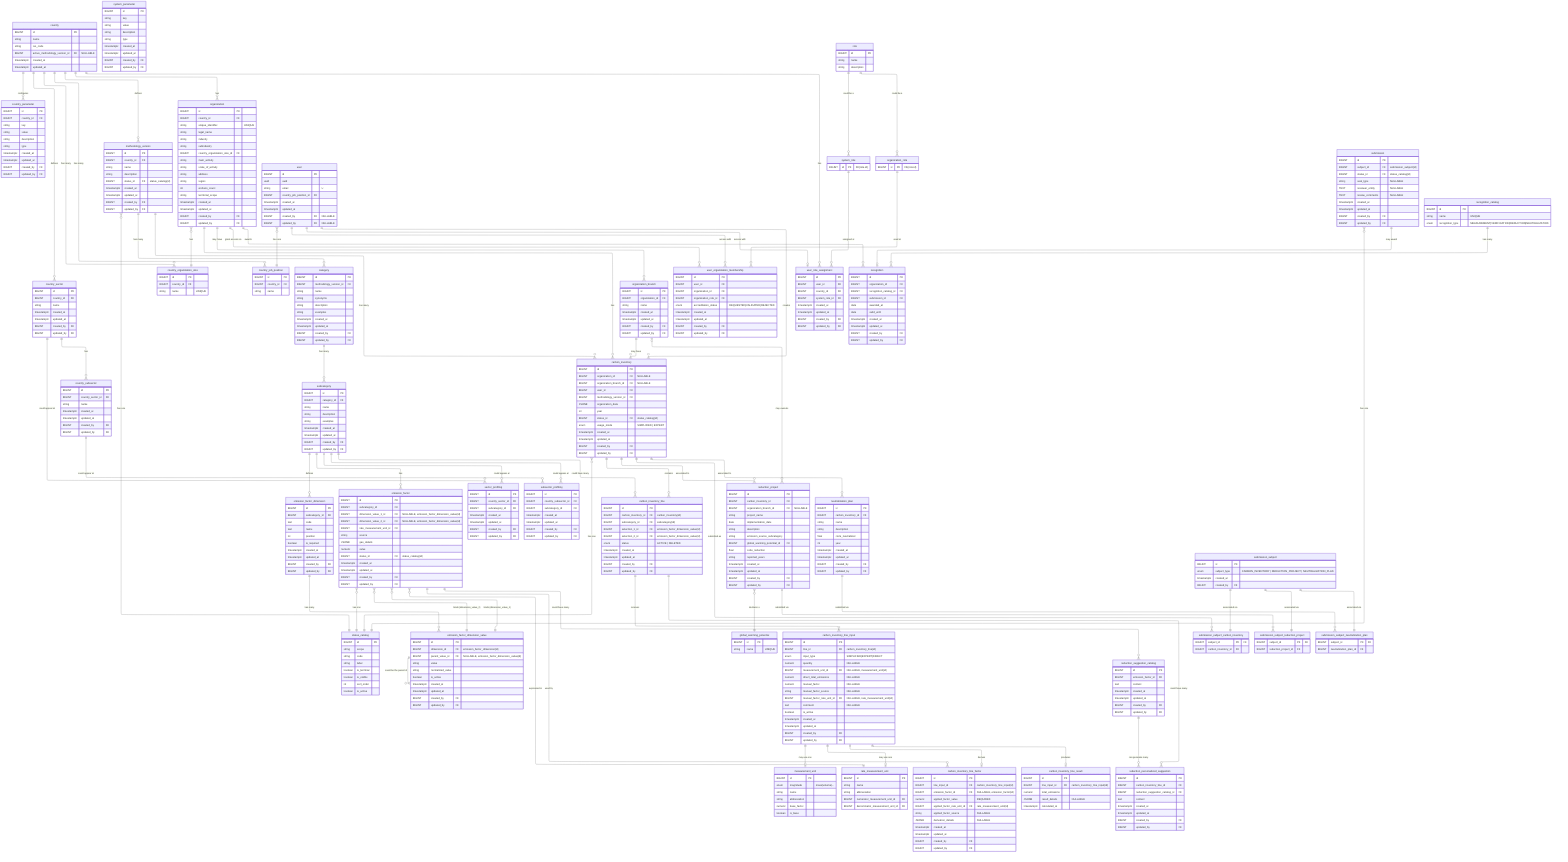
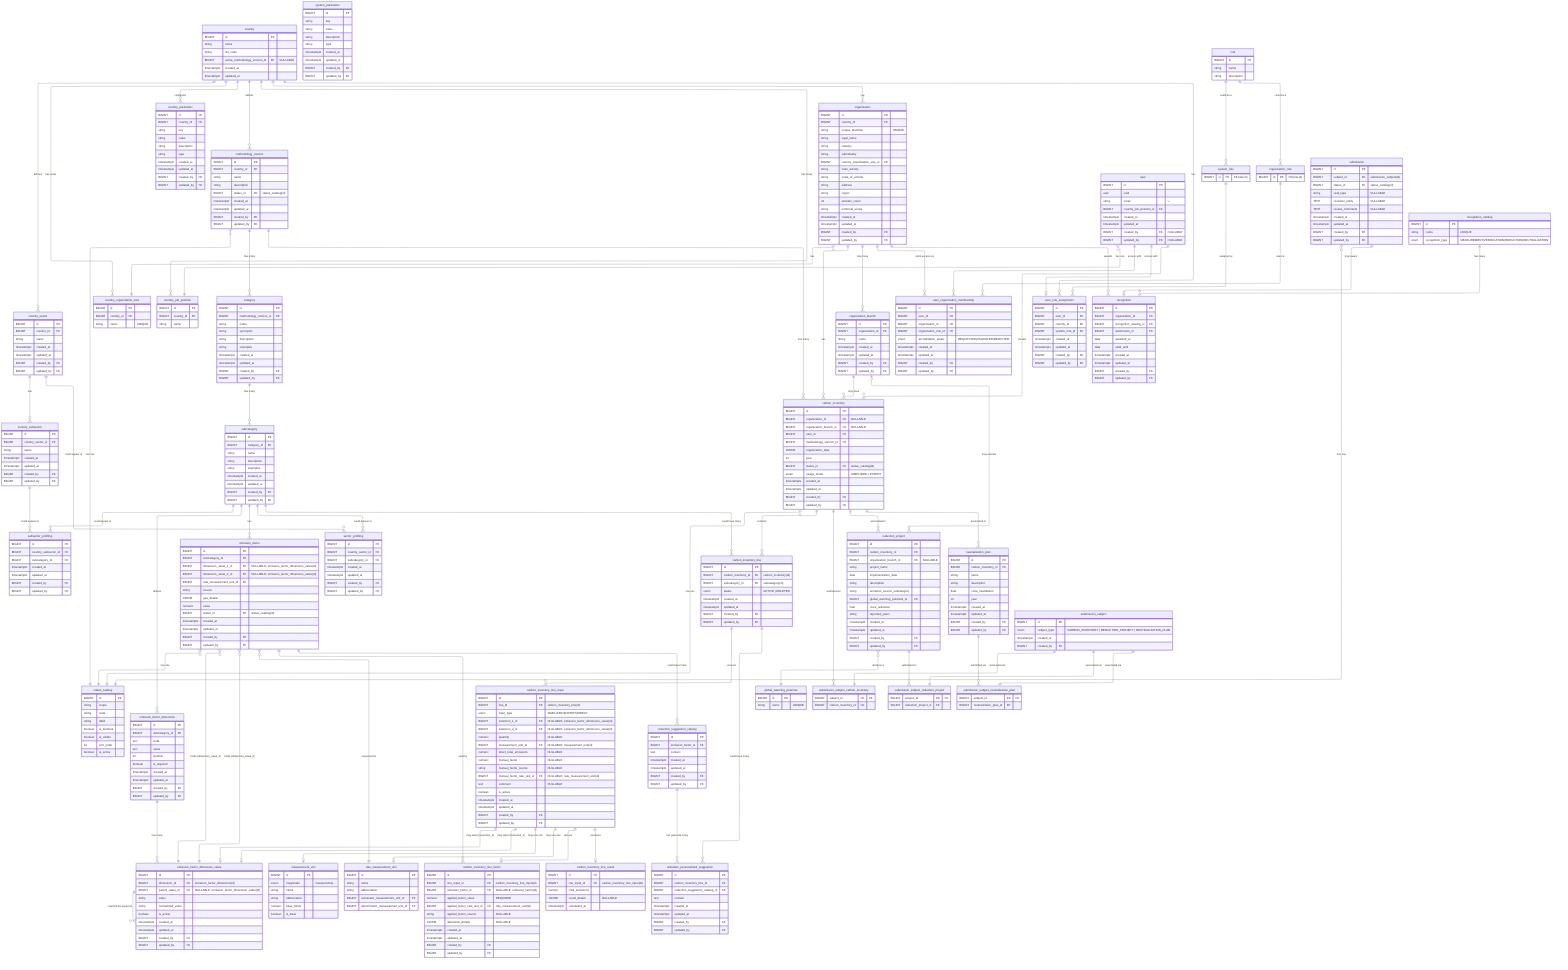
---
config:
  layout: elk
---
erDiagram
	direction TB

	%% ============================================================
	%% DEPRECATED TABLES
	%% ------------------------------------------------------------
	%% The following tables are kept for historical reference only:
	%% - carbon_inventory_detail
	%% They MUST NOT be used for new features.
	%% ============================================================
	%% carbon_inventory_detail {
	%% 	  BIGINT id PK ""
	%% 	  BIGINT carbon_inventory_id FK ""
	%% 	  BIGINT subcategory_id FK ""
	%% 	  enum type "DETAILED | TOTAL"
	%% 	  string first_selection "NULLABLE"
	%% 	  string second_selection "NULLABLE"
	%% 	  float quantity  "NULLABLE"
	%% 	  BIGINT measurement_unit_id FK "NULLABLE"
	%% 	  float factor "NULLABLE"
	%% 	  BIGINT factor_rate_measurement_unit_id FK "NULLABLE"
	%% 	  string factor_source "NULLABLE"
	%% 	  BIGINT emission_factor_id FK "NULLABLE"
	%% 	  float total_emissions "NULLABLE"
	%% 	  text comment  "NULLABLE"
	%% 	  BIGINT status_id FK "status_catalog(id)"
	%% 	  %% Restricciones:
	%% 	  %% Si type==SIMPLIFIED, el usuario llenará first_selection, second_selection, quantity, measurement_unit_id y la plataforma automáticamente escogerá un emission_factor_id y copiará el valor del factor, lo transformará a la misma unidad de medida del usuario y llenará factor y factor_rate_measurement_unit_id. Finalmente hará el P*Q y llenará total_emissions
	%% 	  %% Si type==EXPERT, el usuario llenará first_selection, second_selection, quantity, measurement_unit_id, factor y el factor_source. El factor_rate_measurement_unit_id se escogerá automáticamente según el measurement_unit_id. emission_factor_id será NULL. Finalmente la plataforma hará el P*Q y llenará total_emissions
	%% 	  %% Si type==DIRECT, todas las columnas serán NULL y el usuario ingresará el valor directo a total_emissions.
	%% 	  %% Alternar el type no modificará las filas, sino que marcará las actuales como status=OUTDATED y creará nuevas filas con el type adecuado (si no existen aún). Si ya existían, las recuperará a ACTIVE.
	%% 	  %% Todas las filas con status ACTIVE deben ser del mismo type.
	%% 	  %% Las filas DELETED nunca se recuperan, quedan para trazabilidad.
	%% }

	%% ============================================================
	%% Design Principles
	%% ============================================================

	%% 🔷 Core Modeling Principles
	%% 	1.	Each table has a single, well-defined responsibility
	%% Tables are designed to represent one concept only (e.g. configuration, input, result, workflow), avoiding mixed concerns.

	%% 	2.	Relationships reflect real business rules, not just foreign keys
	%% Cardinalities and optionality are chosen to express domain constraints, not merely technical implementation details.

	%% 	3.	Nullability is intentional and meaningful
	%% Nullable fields indicate valid domain states (e.g. optional associations, draft data), not incomplete design.

	%% ⸻

	%% 🔷 Configuration & Reference Data
	%% 	4.	Reference data is normalized and centralized
	%% Shared concepts (statuses, units, potentials) are defined once and reused across the system.

	%% 	5.	Volatile enums are modeled as tables, not database ENUMs
	%% Any value expected to evolve (statuses, workflows) is stored in catalog tables to avoid schema migrations.

	%% 	6.	Stable physical concepts may use ENUMs
	%% Concepts that are scientifically stable (e.g. unit magnitude, usage mode) may use database ENUMs for safety and clarity.

	%% ⸻

	%% 🔷 Methodology & Emission Factors

	%% 	7.	Methodology is versioned and country-scoped
	%% All categories, subcategories, and factors belong to a specific methodology version tied to a country.

	%% 	8.	Emission factors are defined by standardized dimensions, not free text
	%% User selections and factor matching are driven by normalized dimension values to ensure consistency and correctness.

	%% 	9.	Dimension cardinality reflects domain reality, not generic flexibility
	%% Emission factors support up to two dimensions by design, matching current methodology requirements and admin workflows.

	%% 	10.	Administrative workflows are hierarchical and sequential
	%% New entities are created top-down (category → subcategory → dimension → value → factor), enforcing consistency at each level.

	%% ⸻

	%% 🔷 Inventory & Calculation

	%% 	11.	Input, factor selection, and results are modeled as separate concerns
	%% User input, factor derivation, and calculated results are stored in distinct tables for clarity and auditability.

	%% 	12.	Results are always derived from immutable input snapshots
	%% Calculated emissions reference the exact input used, ensuring reproducibility even if inputs change later.

	%% 	13.	Historical data is preserved; updates create new versions
	%% Changes do not overwrite previous data but create new records, maintaining a complete audit trail.

	%% ⸻

	%% 🔷 Workflow & Submissions

	%% 	14.	Workflows are modeled as data, not booleans
	%% Submissions, approvals, and recognitions are represented explicitly rather than inferred from flags.

	%% 	15.	Polymorphism is handled via explicit subject tables
	%% Submissions reference a generic subject entity with concrete subtype tables, avoiding nullable polymorphic foreign keys.

	%% 	16.	Recognitions are awarded based on submissions, not raw entities
	%% This ensures all awards are traceable to a validated review process.

	%% ⸻

	%% 🔷 Audit & Governance

	%% 	17.	Audit fields are applied based on responsibility and mutability
	%% Operational tables are auditable; reference and system-owned tables may omit audit fields by design.

	%% 	18.	System-generated data does not pretend to have an author
	%% Automatically calculated results record timestamps but not created_by or updated_by.

	%% 	19.	Database constraints enforce correctness wherever possible
	%% Uniqueness, consistency, and invariants are enforced at the database level rather than relying solely on application logic.


	%% ⸻

	%% 🔷 Evolution & Maintainability

	%% 	20.	Design favors clarity and correctness over premature generalization
	%% Flexibility is introduced only when driven by real domain requirements, not hypothetical future use cases.

	%% 	21.	Future extensions are possible without breaking existing data
	%% The model anticipates evolution (e.g. new methodologies, new workflows) while keeping current usage simple and explicit.

	%% ⸻

	%% These principles are intentional.
	%% Changes to the model should preserve these invariants unless there is a clear domain-driven reason to evolve them.

	%% ============================================================
	%% 🟦 Country & configuration (7)
	%% ============================================================

	country {
		BIGINT id PK ""
		string name  ""
		string iso_code  ""
		BIGINT active_methodology_version_id FK "NULLABLE"
		timestamptz created_at  ""
		timestamptz updated_at  ""
	}

	country_parameter {
		BIGINT id PK ""
		BIGINT country_id FK ""
		string key  ""
		string value  ""
		string description  ""
		string type  ""
		timestamptz created_at  ""
		timestamptz updated_at  ""
		BIGINT created_by FK ""
		BIGINT updated_by FK ""
	}

	system_parameter {
		BIGINT id PK ""
		string key  ""
		string value  ""
		string description  ""
		string type  ""
		timestamptz created_at  ""
		timestamptz updated_at  ""
		BIGINT created_by FK ""
		BIGINT updated_by FK ""
	}

	country_sector {
		BIGINT id PK ""
		BIGINT country_id FK ""
		string name  ""
		timestamptz created_at  ""
		timestamptz updated_at  ""
		BIGINT created_by FK ""
		BIGINT updated_by FK ""
	}

	country_subsector {
		BIGINT id PK ""
		BIGINT country_sector_id FK ""
		string name  ""
		timestamptz created_at  ""
		timestamptz updated_at  ""
		BIGINT created_by FK ""
		BIGINT updated_by FK ""
	}

	country_organization_size {
		BIGINT id PK ""
		BIGINT country_id FK ""
		string name  "UNIQUE"
	}

	country_job_position {
		BIGINT id PK ""
		BIGINT country_id FK ""
		string name  ""
	}

	%% Postgres ENUM is great when values are stable forever (e.g., magnitude = mass|volume|energy). It becomes painful when values are product-managed and will evolve (status workflows, modes, etc.).
	status_catalog {
		BIGINT id PK ""
		%% Like: SUBMISSION | CARBON_INVENTORY | ENTITY
		string scope
		%% Like: DRAFT, ACTIVE, DELETED, OUTDATED, SUBMITTED, APPROVED, REJECTED, ...
		string code
		string label
		boolean is_terminal ""
		boolean is_visible ""
		int sort_order ""
		boolean is_active ""
		%% UNIQUE(scope, code)
		%% To prevent misuse we will use convention & tests
		%% To avoid misuse we will implement DB trigger to validate status.scope against the referencing table
	}

	%% ============================================================
	%% 🟩 Methodology & factors (9)
	%% ============================================================

	methodology_version {
		BIGINT id PK ""
		BIGINT country_id FK ""
		string name  ""
		string description  ""
		%% Uses all status values
		BIGINT status_id FK "status_catalog(id)"
		timestamptz created_at  ""
		timestamptz updated_at  ""
		BIGINT created_by FK ""
		BIGINT updated_by FK ""
		%% Enforce via trigger at most 1 active per country
		%% Enforce via DB trigger on country table: validates country.active_methodology_version_id (when NOT NULL) references a methodology_version row where status_id points to status_catalog with code='ACTIVE'. Trigger runs BEFORE INSERT/UPDATE on country, raises error if validation fails. Implementation: CREATE TRIGGER validate_country_active_methodology_version BEFORE INSERT OR UPDATE ON country FOR EACH ROW EXECUTE FUNCTION check_active_methodology_version_status()
	}

	category {
		BIGINT id PK ""
		BIGINT methodology_version_id FK ""
		string name  ""
		%% just for displaying
		string synonyms ""
		%% just for displaying
		string description  ""
		%% just for displaying
		string examples ""
		timestamptz created_at  ""
		timestamptz updated_at  ""
		BIGINT created_by FK ""
		BIGINT updated_by FK ""
	}

	subcategory {
		BIGINT id PK ""
		BIGINT category_id FK ""
		string name  ""
		%% just for displaying
		string description  ""
		%% just for displaying
		string examples ""
		timestamptz created_at  ""
		timestamptz updated_at  ""
		BIGINT created_by FK ""
		BIGINT updated_by FK ""
	}

	emission_factor_dimension {
		BIGINT id PK ""
		BIGINT subcategory_id FK ""
		%% Like: FUEL_GROUP, FUEL_TYPE, GAS_TYPE
		text code ""
		%% Like: Tipo de combustible, Tipo de gas
		text name ""
		%% Like: 1, 2, 3 (order in UI & logic)
		int position ""
		boolean is_required ""
		timestamptz created_at  ""
		timestamptz updated_at  ""
		BIGINT created_by FK ""
		BIGINT updated_by FK ""
		%% UNIQUE(subcategory_id, position),
		%% UNIQUE(subcategory_id, code)
	}

	emission_factor_dimension_value {
		BIGINT id PK ""
		BIGINT dimension_id FK "emission_factor_dimension(id)"
		BIGINT parent_value_id FK "NULLABLE, emission_factor_dimension_value(id)"
		%% Like: Natural gas, Diesel, Kerosene, etc
		string value ""
		string normalized_value ""
		boolean is_active ""
		timestamptz created_at  ""
		timestamptz updated_at  ""
		BIGINT created_by FK ""
		BIGINT updated_by FK ""
		%% UNIQUE(dimension_id, normalized_value)
	}

	emission_factor {
		BIGINT id PK ""
		BIGINT subcategory_id FK ""
		%% Emission factors currently support up to two dimensions via fixed columns.
		%% A binding table was considered for unbounded dimensions but intentionally not used to keep queries and constraints simple.
		BIGINT dimension_value_1_id FK "NULLABLE, emission_factor_dimension_value(id)"
		BIGINT dimension_value_2_id FK "NULLABLE, emission_factor_dimension_value(id)"
		BIGINT rate_measurement_unit_id FK ""
		string source  ""
		JSONB gas_details ""
		numeric value  ""
		%% Uses all status values
		BIGINT status_id FK "status_catalog(id)"
		timestamptz created_at  ""
		timestamptz updated_at  ""
		BIGINT created_by FK ""
		BIGINT updated_by FK ""
		%% Enforce UNIQUE (subcategory_id, dimension_value_1_id, dimension_value_2_id) WHERE status = 'ACTIVE'
	}

	sector_profiling {
		BIGINT id PK ""
		BIGINT country_sector_id FK ""
		BIGINT subcategory_id FK ""
		timestamptz created_at  ""
		timestamptz updated_at  ""
		BIGINT created_by FK ""
		BIGINT updated_by FK ""
		%% UNIQUE(country_sector_id, subcategory_id)
	}

	subsector_profiling {
		BIGINT id PK ""
		BIGINT country_subsector_id FK ""
		BIGINT subcategory_id FK ""
		timestamptz created_at  ""
		timestamptz updated_at  ""
		BIGINT created_by FK ""
		BIGINT updated_by FK ""
		%% UNIQUE(country_subsector_id, subcategory_id)
	}

	measurement_unit {
		BIGINT id PK ""
		enum magnitude  "mass|volume|..."
		string name  ""
		string abbreviation  ""
		numeric base_factor  ""
		boolean is_base  ""
		%% Enforce UNIQUE (magnitude) WHERE is_base = true
	}

	rate_measurement_unit {
		BIGINT id PK ""
		string name  ""
		string abbreviation  ""
		BIGINT numerator_measurement_unit_id FK ""
		BIGINT denominator_measurement_unit_id FK ""
	}

	global_warming_potential {
		BIGINT id PK ""
		string name "UNIQUE"
		%% AR4, AR5, etc...
	}

	%% ============================================================
	%% 🟨 Organizations & users (8)
	%% ============================================================

	organization {
		BIGINT id PK ""
		BIGINT country_id FK ""
		string unique_identifier  "UNIQUE"
		string legal_name  ""
		string industry  ""
		string subindustry  ""
		BIGINT country_organization_size_id FK ""
		string main_activity  ""
		string scale_of_activity  ""
		string address  ""
		string region  ""
		int workers_count  ""
		string territorial_scope  ""
		timestamptz created_at  ""
		timestamptz updated_at  ""
		BIGINT created_by FK ""
		BIGINT updated_by FK ""
	}

	organization_branch {
		BIGINT id PK ""
		BIGINT organization_id FK ""
		string name  ""
		timestamptz created_at  ""
		timestamptz updated_at  ""
		BIGINT created_by FK ""
		BIGINT updated_by FK ""
	}

	user {
		BIGINT id PK ""
		uuid uuid  ""
		string email  "U"
		BIGINT country_job_position_id FK ""
		timestamptz created_at  ""
		timestamptz updated_at  ""
		BIGINT created_by FK "NULLABLE"
		BIGINT updated_by FK "NULLABLE"
	}

	%% abstract parent table
	role {
		BIGINT id PK ""
		string name ""
		string description ""
	}

	system_role {
		BIGINT id PK "FK(role.id)"
	}

	organization_role {
		BIGINT id PK "FK(role.id)"
	}

	user_organization_membership {
		BIGINT id PK ""
		BIGINT user_id FK ""
		BIGINT organization_id FK ""
		BIGINT organization_role_id FK ""
		enum accreditation_status  "REQUESTED|VALIDATED|REJECTED"
		timestamptz created_at  ""
		timestamptz updated_at  ""
		BIGINT created_by FK ""
		BIGINT updated_by FK ""
		%% UNIQUE(user_id, organization_id, organization_role_id)
	}

	user_role_assignment {
		BIGINT id PK ""
		BIGINT user_id FK ""
		BIGINT country_id FK ""
		BIGINT system_role_id FK ""
		timestamptz created_at  ""
		timestamptz updated_at  ""
		BIGINT created_by FK ""
		BIGINT updated_by FK ""
		%% UNIQUE(user_id, country_id, system_role_id)
	}

	%% ============================================================
	%% 🟧 Inventory & calculation (9)
	%% ============================================================

	%% organization & organization_branch will be NULL when user does not belongs to any org.
	carbon_inventory {
		BIGINT id PK ""
		BIGINT organization_id FK "NULLABLE"
		BIGINT organization_branch_id FK "NULLABLE"
		BIGINT user_id FK ""
		BIGINT methodology_version_id FK ""
		JSONB organization_data  ""
		int year  ""
		BIGINT status_id FK "status_catalog(id)"
		%% Using an enum because we are 100% sure it will never change
		enum usage_mode  "SIMPLIFIED | EXPERT"
		timestamptz created_at  ""
		timestamptz updated_at  ""
		BIGINT created_by FK ""
		BIGINT updated_by FK ""
		%% CHECK ((organization_id IS NOT NULL AND organization_branch_id IS NULL) OR (organization_branch_id IS NOT NULL))
	}

- 	%% A “line” represents what is being measured (subcategory + optional selections) for a given inventory.
- 	%% We do not store quantities/factors here. It’s the anchor.
+ 	%% A "line" represents what is being measured (subcategory) for a given inventory.
+ 	%% We do not store quantities/factors/selections here. It's the anchor.
	carbon_inventory_line {
		BIGINT id PK ""
		BIGINT carbon_inventory_id FK "carbon_inventory(id)"
		BIGINT subcategory_id FK "subcategory(id)"

- 		%% the "dimension selections" (more on dimension standardization in section 4)
- 		BIGINT selection_1_id FK "emission_factor_dimension_value(id)"
- 		BIGINT selection_2_id FK "emission_factor_dimension_value(id)"
- 
		enum status "ACTIVE | DELETED"
		timestamptz created_at  ""
		timestamptz updated_at  ""
		BIGINT created_by FK ""
		BIGINT updated_by FK ""
- 		%% Avoid duplicate active lines for same inventory+subcategory+selections
- 		%% UNIQUE(carbon_inventory_id, subcategory_id, selection_1_id, selection_2_id) WHERE status='ACTIVE'
	}

	carbon_inventory_line_input {
		BIGINT id PK ""
		BIGINT line_id FK "carbon_inventory_line(id)"
		enum input_type "SIMPLIFIED|EXPERT|DIRECT"
+ 
+ 		%% the "dimension selections" (more on dimension standardization in section 4)
+ 		BIGINT selection_1_id FK "NULLABLE, emission_factor_dimension_value(id)"
+ 		BIGINT selection_2_id FK "NULLABLE, emission_factor_dimension_value(id)"
+ 
		numeric quantity "NULLABLE"
		BIGINT measurement_unit_id FK "NULLABLE, measurement_unit(id)"

		%% For DIRECT mode:
		numeric direct_total_emissions "NULLABLE"

		%% For EXPERT mode:
		numeric manual_factor "NULLABLE"
		string manual_factor_source "NULLABLE"
		BIGINT manual_factor_rate_unit_id FK "NULLABLE, rate_measurement_unit(id)"

		text comment "NULLABLE"
		boolean is_active ""
		timestamptz created_at  ""
		timestamptz updated_at  ""
		BIGINT created_by FK ""
		BIGINT updated_by FK ""
		%% Enforce only one active input per line: UNIQUE(line_id) WHERE is_active = true
	}

	%% This stores "what factor did we use, after conversions, and why" so results are reproducible.
	carbon_inventory_line_factor {
		BIGINT id PK ""
		BIGINT line_input_id FK "carbon_inventory_line_input(id)"

		%% chosen factor: either from catalog (simplified) or null for expert/direct
		BIGINT emission_factor_id FK "NULLABLE, emission_factor(id)"

		%% normalized factor actually used in the computation (post-conversion)
		%% REQUIRED: Must always be present for result reproducibility
		numeric applied_factor_value "REQUIRED"
		BIGINT applied_factor_rate_unit_id FK "rate_measurement_unit(id)"
		string applied_factor_source "NULLABLE"

		%% optionally store a JSON blob explaining conversion steps for auditability
		JSONB derivation_details "NULLABLE"

		timestamptz created_at  ""
		timestamptz updated_at  ""
		BIGINT created_by FK ""
		BIGINT updated_by FK ""
		%% Enforce 1 factor row per input: UNIQUE(line_input_id)
	}

	carbon_inventory_line_result {
		BIGINT id PK ""
		BIGINT line_input_id FK "carbon_inventory_line_input(id)"
		numeric total_emissions ""
		%% optionally store breakdown: per-gas, CO2e, etc.
		JSONB result_details "NULLABLE"
		timestamptz calculated_at ""
		%% Ensure 1 result per input: UNIQUE(line_input_id)
	}

	reduction_suggestion_catalog {
		BIGINT id PK ""
		BIGINT emission_factor_id FK ""
		text content  ""
		timestamptz created_at  ""
		timestamptz updated_at  ""
		BIGINT created_by FK ""
		BIGINT updated_by FK ""
	}

	%% We plan to create these suggestion with AI
	reduction_personalized_suggestion {
		BIGINT id PK ""
		BIGINT carbon_inventory_line_id FK ""
		BIGINT reduction_suggestion_catalog_id FK ""
		text content  ""
		timestamptz created_at  ""
		timestamptz updated_at  ""
		BIGINT created_by FK ""
		BIGINT updated_by FK ""
	}

	reduction_project {
		BIGINT id PK ""
		BIGINT carbon_inventory_id FK ""
		BIGINT organization_branch_id FK "NULLABLE"
		string project_name  ""
		date implementation_date  ""
		string description  ""
		string emission_source_subcategory  ""
		BIGINT global_warming_potential_id FK ""
		float co2e_reduction  ""
		string reported_years  ""
		timestamptz created_at  ""
		timestamptz updated_at  ""
		BIGINT created_by FK ""
		BIGINT updated_by FK ""
	}

	neutralization_plan {
		BIGINT id PK ""
		BIGINT carbon_inventory_id FK ""
		string name  ""
		string description  ""
		float co2e_neutralized  ""
		int year  ""
		timestamptz created_at  ""
		timestamptz updated_at  ""
		BIGINT created_by FK ""
		BIGINT updated_by FK ""
	}

	%% ============================================================
	%% 🟥 Submissions & recognition (7)
	%% ============================================================

	%% Read the docs about the submissions model design here: https://www.notion.so/Modelo-E-R-para-Submissions-2d318d2c8901805ab8f9eed2a9d9d702?source=copy_link
	%% The data within this table is immutable once created
	submission_subject {
		BIGINT id PK ""
		enum subject_type "CARBON_INVENTORY | REDUCTION_PROJECT | NEUTRALIZATION_PLAN"
		timestamptz created_at  ""
		BIGINT created_by FK ""
	}

	%% The data within this table is immutable once created
	submission_subject_carbon_inventory {
		BIGINT subject_id PK "FK"
		BIGINT carbon_inventory_id FK ""
	}

	%% The data within this table is immutable once created
	submission_subject_reduction_project {
		BIGINT subject_id PK "FK"
		BIGINT reduction_project_id FK ""
	}

	%% The data within this table is immutable once created
	submission_subject_neutralization_plan {
		BIGINT subject_id PK "FK"
		BIGINT neutralization_plan_id FK ""
	}

	submission {
		BIGINT id PK ""
		BIGINT subject_id FK "submission_subject(id)"
		BIGINT status_id FK "status_catalog(id)"
		string seal_type  "NULLABLE"
		TEXT reviewer_entity "NULLABLE"
		TEXT review_comments "NULLABLE"
		timestamptz created_at  ""
		timestamptz updated_at  ""
		BIGINT created_by FK ""
		BIGINT updated_by FK ""
	}

	recognition_catalog {
		BIGINT id PK ""
		string name "UNIQUE"
		enum recognition_type  "MEASUREMENT|VERIFICATION|REDUCTION|NEUTRALIZATION"
	}

	recognition {
		BIGINT id PK ""
		BIGINT organization_id FK ""
		BIGINT recognition_catalog_id FK ""
		BIGINT submission_id FK ""
		date awarded_at  ""
		date valid_until  ""
		timestamptz created_at  ""
		timestamptz updated_at  ""
		BIGINT created_by FK ""
		BIGINT updated_by FK ""
	}

	%% ============================================================
	%% Others
	%% ============================================================


%% ============================================================
%% Relationships
%% ============================================================

country
	country ||--o{ country_parameter : "configures"
	country ||--o{ country_sector : "defines"
	country ||--o{ methodology_version : "defines"
	country ||--o{ organization : "has"
	country ||--o{ user_role_assignment : "has"
	country ||--o{ country_organization_size: "has many"
	country ||--o{ country_job_position : "has many"

country_sector
	country_sector ||--o{ country_subsector : "has"
	country_sector ||--o{ sector_profiling : "could appear at"

country_subsector
	country_subsector ||--o{ subsector_profiling : "could appear at"

organization
	organization ||--o{ carbon_inventory : "has"
	organization ||--o{ organization_branch : "may have"
	organization ||--o{ recognition : "awards"
	organization ||--o{ user_organization_membership : "grant access via"
	organization }o--|| country_organization_size : "has"

organization_branch
	organization_branch |o--o{ reduction_project : "may execute"
	organization_branch ||--o{ carbon_inventory : "may have"

recognition_catalog
	recognition_catalog ||--o{ recognition  : "has many"

role
	role ||--o{ system_role : "could be a"
	role ||--o{ organization_role : "could be a"
	organization_role ||--o{ user_organization_membership : "used at"
	system_role ||--o{ user_role_assignment : "assigned at"

user
	user ||--o{ carbon_inventory : "creates"
	user ||--o{ user_organization_membership : "access with"
	user }o--|| country_job_position : "has one"
	user ||--o| user_role_assignment : "access with"

methodology_version
	methodology_version ||--o{ carbon_inventory : "has many"
	methodology_version ||--o{ category : "has many"
	methodology_version }o--|| status_catalog : "has one"

category
	category ||--o{ subcategory : "has many"

subcategory
	subcategory ||--o{ emission_factor_dimension: "defines"
	%% A subcategory may exist with zero emission factors:
	subcategory ||--o{ emission_factor: "has"
	subcategory ||--o{ sector_profiling: "could appear at"
	subcategory ||--o{ subsector_profiling: "could appear at"
	subcategory ||--o{ carbon_inventory_line: "could have many"

emission_factor_dimension
	emission_factor_dimension ||--o{ emission_factor_dimension_value : "has many"

emission_factor_dimension_value
	emission_factor_dimension_value ||--o{ emission_factor_dimension_value : "could be the parent of"

emission_factor
	emission_factor ||--o{ reduction_suggestion_catalog : "could have many"
	emission_factor ||--o{ carbon_inventory_line_factor : "used by"
	emission_factor }o--|| rate_measurement_unit : "expressed in"
	emission_factor }o--|| status_catalog : "has one"
	%% At most 2 values, depending on subcategory configuration:
	emission_factor }o--|| emission_factor_dimension_value : "binds (dimension_value_1)"
	emission_factor }o--|| emission_factor_dimension_value : "binds (dimension_value_2)"

carbon_inventory
	carbon_inventory ||--o{ carbon_inventory_line: "contains"
	carbon_inventory ||--o{ submission_subject_carbon_inventory: "submitted as"
	carbon_inventory ||--o{ neutralization_plan: "associated to"
	carbon_inventory ||--o{ reduction_project: "associated to"
	carbon_inventory }o--|| status_catalog: "has one"

carbon_inventory_line
	carbon_inventory_line ||--o{ reduction_personalized_suggestion: "could have many"
	carbon_inventory_line ||--o{ carbon_inventory_line_input: "receives"

carbon_inventory_line_input
+ 	carbon_inventory_line_input ||--o| emission_factor_dimension_value: "may select (selection_1)"
+ 	carbon_inventory_line_input ||--o| emission_factor_dimension_value: "may select (selection_2)"
	carbon_inventory_line_input ||--o| measurement_unit: "may use one"
	carbon_inventory_line_input ||--o| rate_measurement_unit: "may use one"
	carbon_inventory_line_input ||--o| carbon_inventory_line_factor: "derives"
	carbon_inventory_line_input ||--o| carbon_inventory_line_result: "produces"

submission_subject
	submission_subject ||--|| submission_subject_carbon_inventory : "associated via"
	submission_subject ||--|| submission_subject_reduction_project : "associated via"
	submission_subject ||--|| submission_subject_neutralization_plan : "associated via"

submission
	submission ||--o| recognition: "may award"
	submission }o--|| status_catalog: "has one"

neutralization_plan
	neutralization_plan ||--o{ submission_subject_neutralization_plan : "submitted via"

reduction_project
	reduction_project ||--o{ submission_subject_reduction_project : "submitted via"
	reduction_project }o--|| global_warming_potential : "declares a"

reduction_suggestion_catalog
	reduction_suggestion_catalog ||--o{ reduction_personalized_suggestion : "can generate many"